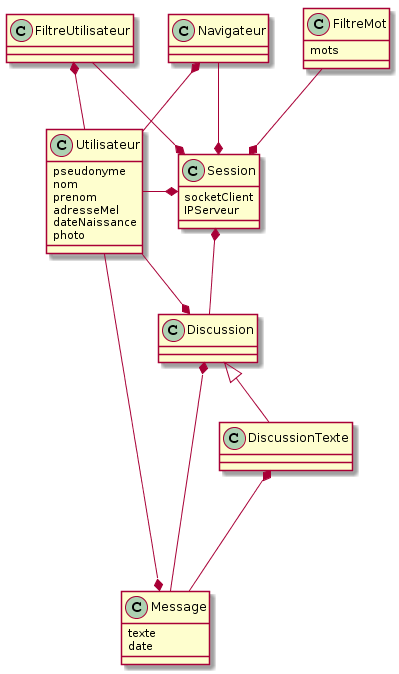
Above: rapport/rapportFinal/img/modeleDomaineClientFinal.png in Ingrid42/chatUp (PlantUML), before the change.
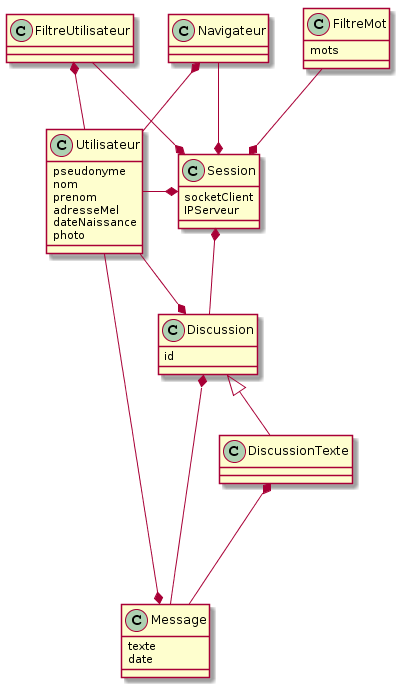
Later version of the same file.

Commit message:
HOTFIX - modele de domaine

What changed in the source:
```diff
@@ -33,6 +33,10 @@
 class DiscussionTexte {
 }
 
+class Discussion {
+  id
+}
+
 FiltreMot --* Session
 FiltreUtilisateur --* Session
 Navigateur --* Session
```
